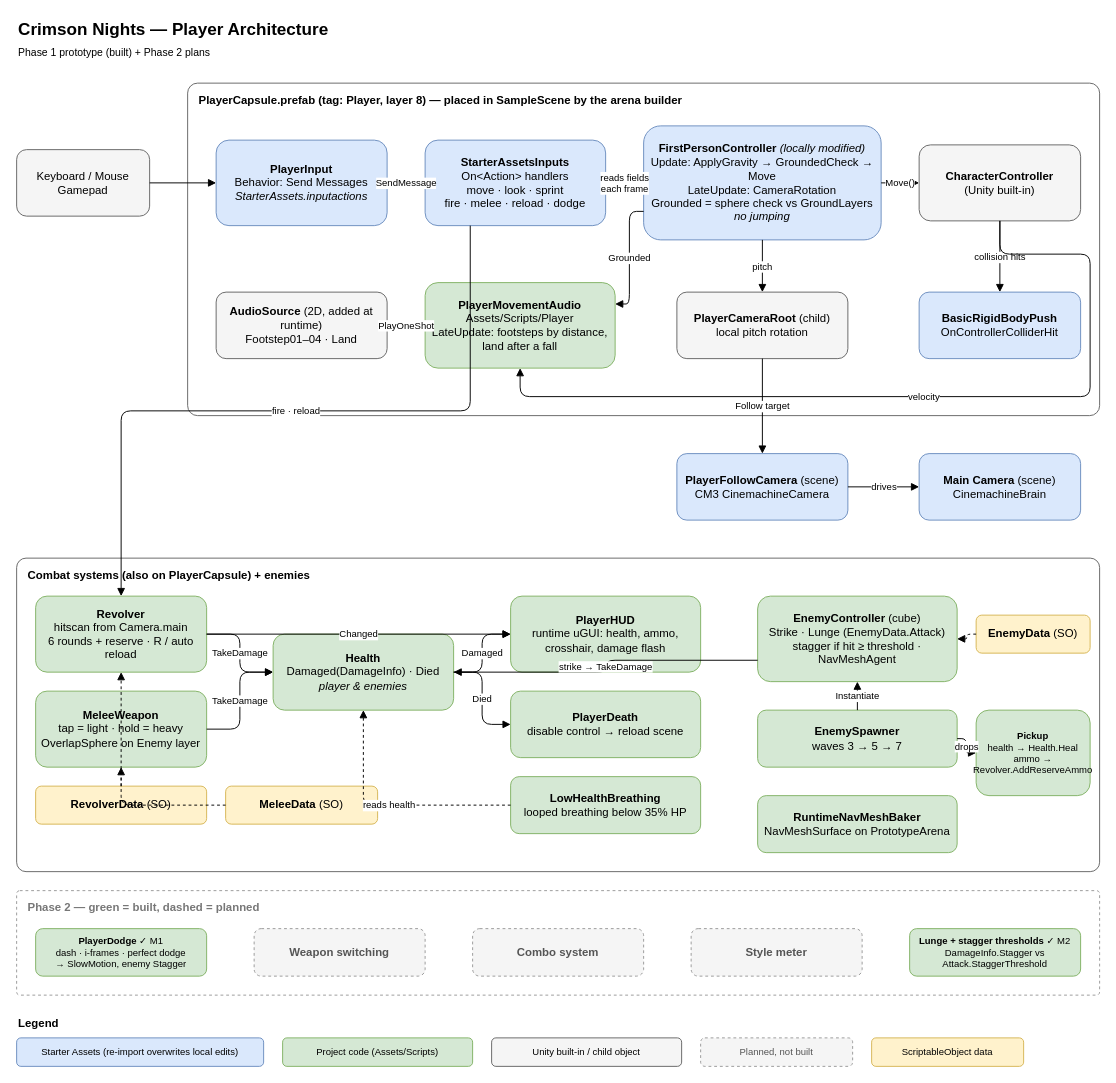
The draw.io diagram docs/architecture.drawio in ChrisOspina/Crimson-Nights, before the edit. Source tidied: cells renumbered, new cells numbered last; positions are measured from the earlier drawing's top-left corner, leaving out a move shared by most shapes. Both pictures are drawn from the tidied source at 95%, with x=0, y=0 at pixel (16, 16).
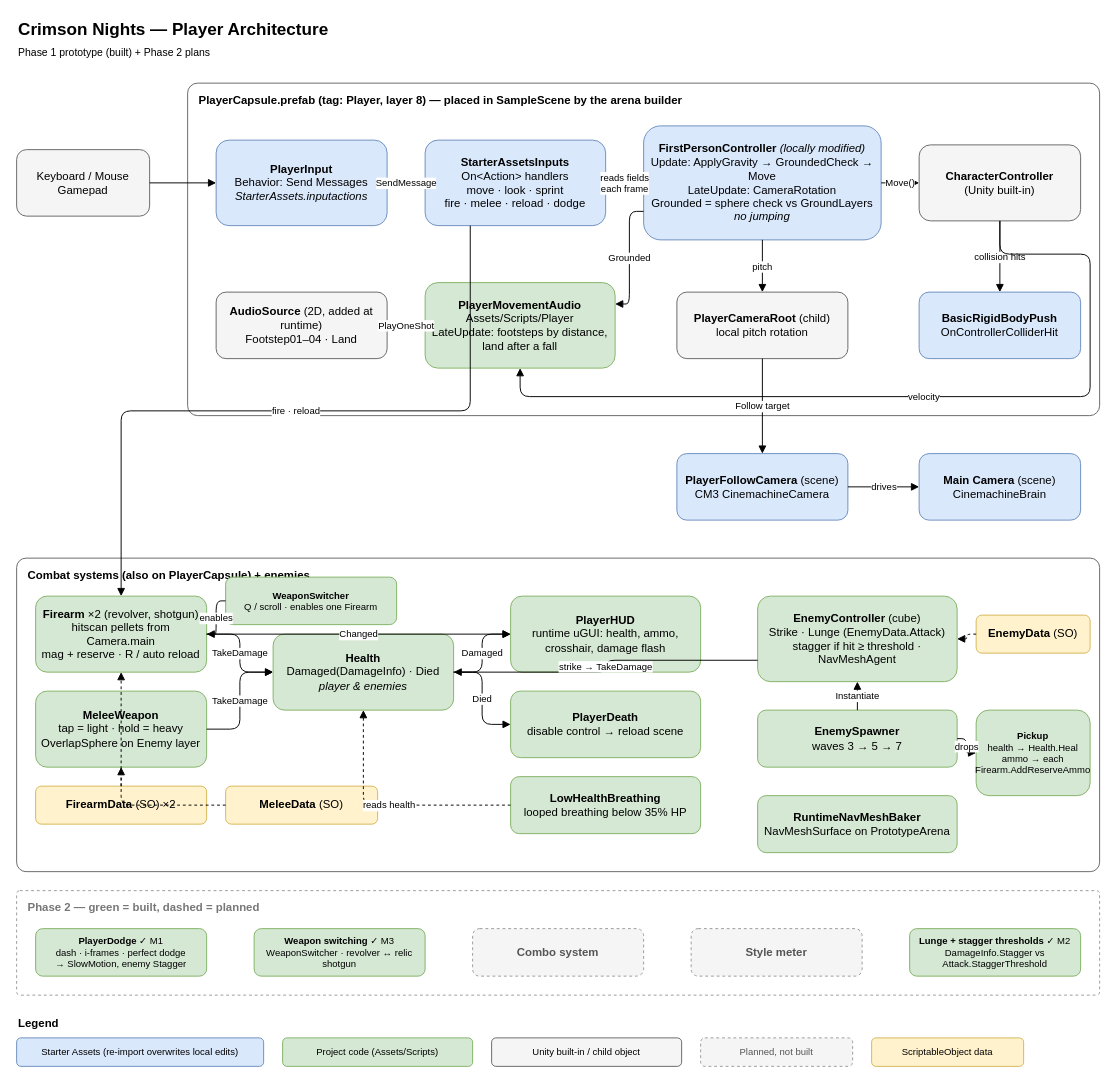
After the change.

What changed in the source:
```diff
@@
-    <mxCell id="27" value="&lt;b&gt;Revolver&lt;/b&gt;&lt;br&gt;hitscan from Camera.main&lt;br&gt;6 rounds + reserve · R / auto reload" style="rounded=1;whiteSpace=wrap;html=1;fillColor=#d5e8d4;strokeColor=#82b366;" parent="1" vertex="1">
+    <mxCell id="27" value="&lt;b&gt;Firearm&lt;/b&gt; ×2 (revolver, shotgun)&lt;br&gt;hitscan pellets from Camera.main&lt;br&gt;mag + reserve · R / auto reload" style="rounded=1;whiteSpace=wrap;html=1;fillColor=#d5e8d4;strokeColor=#82b366;" parent="1" vertex="1">
       <mxGeometry x="20" y="610" width="180" height="80" as="geometry" />
     </mxCell>
+    <mxCell id="65" value="&lt;b&gt;WeaponSwitcher&lt;/b&gt;&lt;br&gt;Q / scroll · enables one Firearm" style="rounded=1;whiteSpace=wrap;html=1;fillColor=#d5e8d4;strokeColor=#82b366;fontSize=10;" parent="1" vertex="1">
+      <mxGeometry x="220" y="590" width="180" height="50" as="geometry" />
+    </mxCell>
+    <mxCell id="66" value="enables" style="edgeStyle=orthogonalEdgeStyle;html=1;endArrow=block;fontSize=10;" parent="1" edge="1" source="65" target="27">
+      <mxGeometry relative="1" as="geometry" />
+    </mxCell>
@@
-    <mxCell id="29" value="&lt;b&gt;RevolverData&lt;/b&gt; (SO)" style="rounded=1;whiteSpace=wrap;html=1;fillColor=#fff2cc;strokeColor=#d6b656;" parent="1" vertex="1">
+    <mxCell id="29" value="&lt;b&gt;FirearmData&lt;/b&gt; (SO) ×2" style="rounded=1;whiteSpace=wrap;html=1;fillColor=#fff2cc;strokeColor=#d6b656;" parent="1" vertex="1">
       <mxGeometry x="20" y="810" width="180" height="40" as="geometry" />
     </mxCell>
@@
-    <mxCell id="39" value="&lt;b&gt;Pickup&lt;/b&gt;&lt;br&gt;health → Health.Heal&lt;br&gt;ammo → Revolver.AddReserveAmmo" style="rounded=1;whiteSpace=wrap;html=1;fillColor=#d5e8d4;strokeColor=#82b366;fontSize=10;" parent="1" vertex="1">
+    <mxCell id="39" value="&lt;b&gt;Pickup&lt;/b&gt;&lt;br&gt;health → Health.Heal&lt;br&gt;ammo → each Firearm.AddReserveAmmo" style="rounded=1;whiteSpace=wrap;html=1;fillColor=#d5e8d4;strokeColor=#82b366;fontSize=10;" parent="1" vertex="1">
       <mxGeometry x="1010" y="730" width="120" height="90" as="geometry" />
     </mxCell>
@@
-    <mxCell id="55" value="&lt;b&gt;Weapon switching&lt;/b&gt;" style="rounded=1;whiteSpace=wrap;html=1;fillColor=#f5f5f5;strokeColor=#999999;dashed=1;fontColor=#555555;" parent="1" vertex="1">
+    <mxCell id="55" value="&lt;b&gt;Weapon switching&lt;/b&gt; ✓ M3&lt;br&gt;WeaponSwitcher · revolver ↔ relic shotgun" style="rounded=1;whiteSpace=wrap;html=1;fillColor=#d5e8d4;strokeColor=#82b366;fontSize=10;" parent="1" vertex="1">
       <mxGeometry x="250" y="960" width="180" height="50" as="geometry" />
     </mxCell>
```
